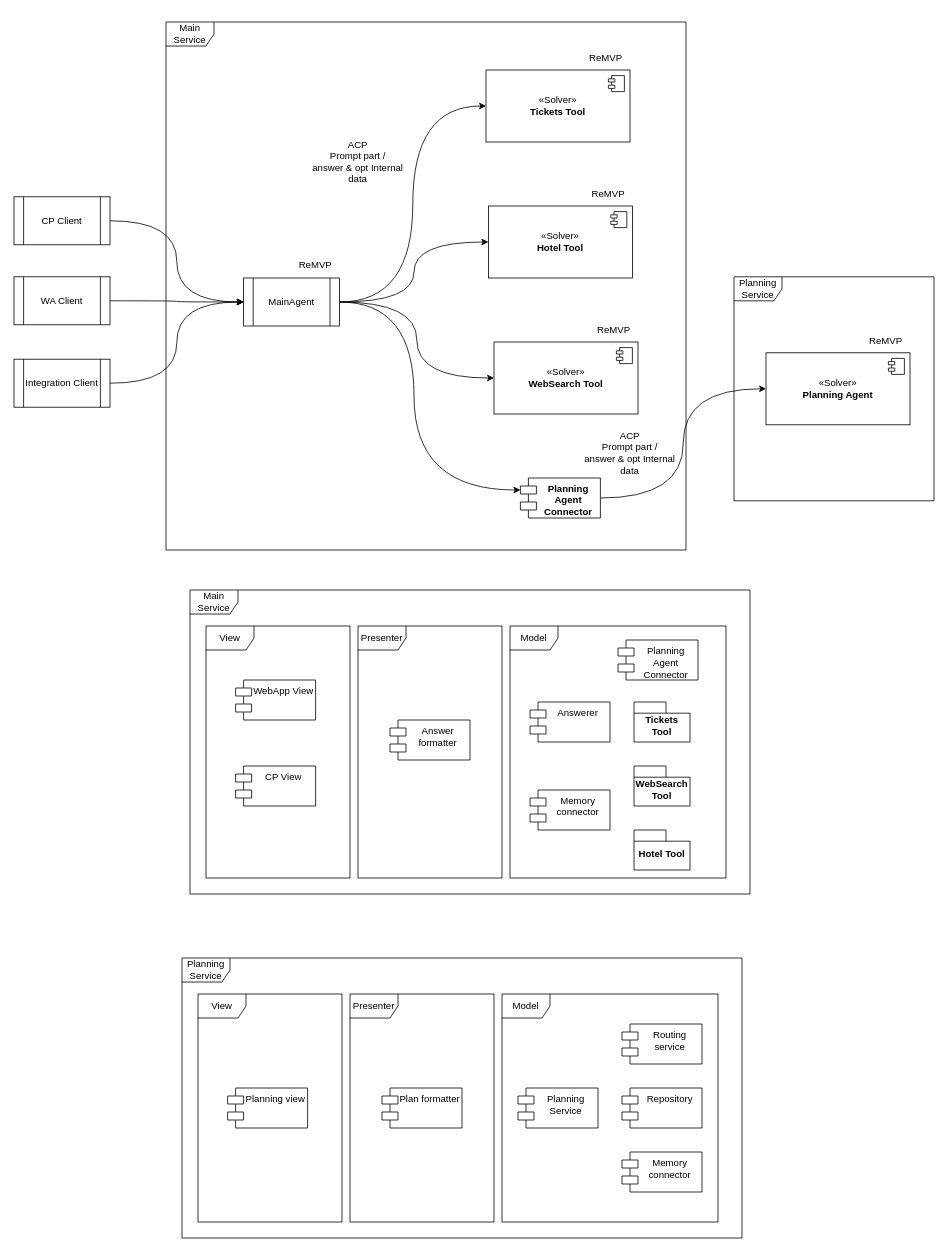
This is content/schemas/ai-architecture.drawio from ch37n1/TheGeneralistHandbook, a draw.io file, before an edit. Source tidied: cells renumbered, new cells numbered last; positions are measured from the earlier drawing's top-left corner, leaving out a move shared by most shapes. Both pictures are drawn from the tidied source at 80%, with x=0, y=0 at pixel (14, 22).
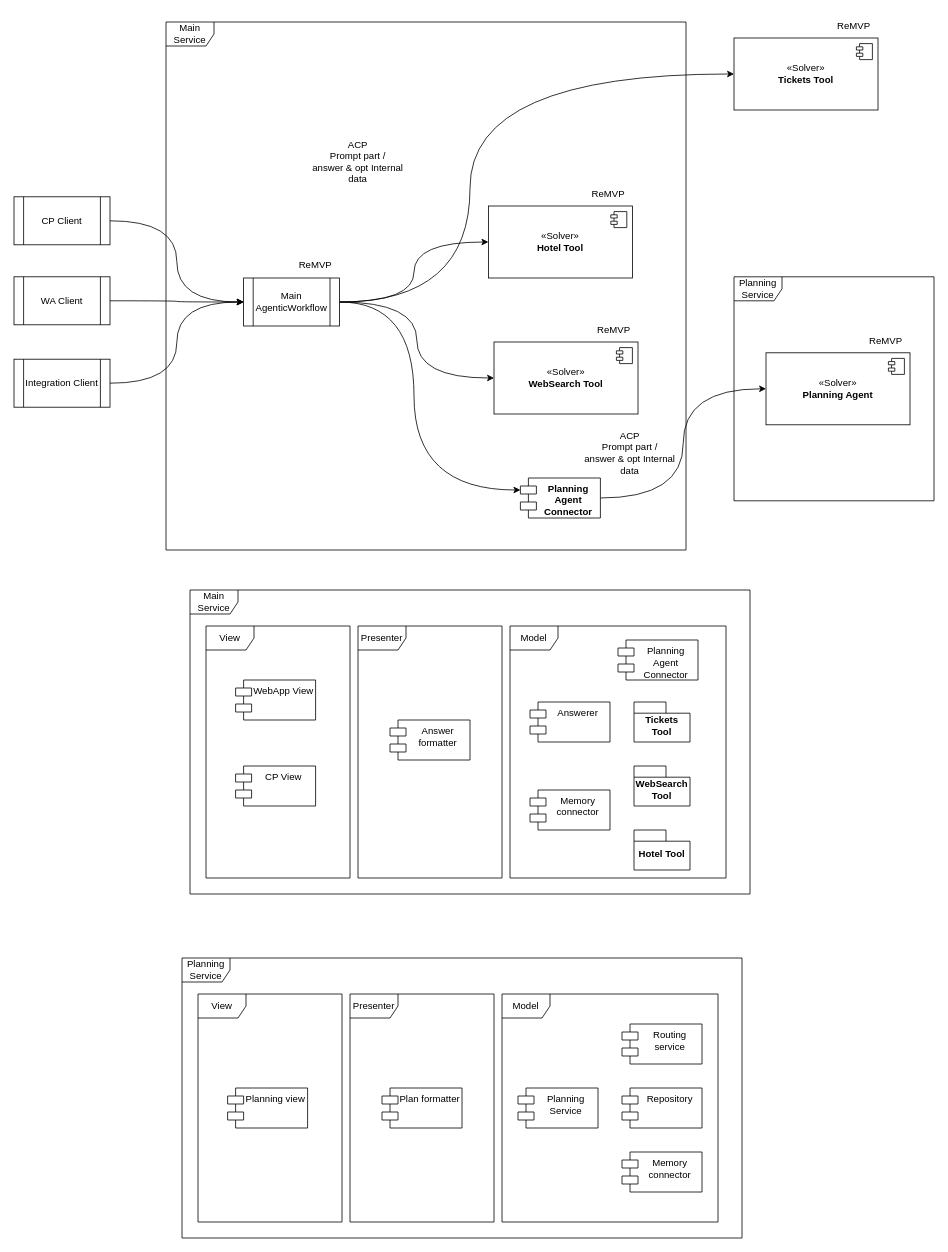
After the change.

Diff of the diagram source:
```diff
@@
     <mxCell id="2" style="edgeStyle=orthogonalEdgeStyle;rounded=0;jettySize=auto;html=1;entryX=0;entryY=0.5;entryDx=0;entryDy=0;curved=1;" parent="1" edge="1" source="5" target="21">
-      <mxGeometry relative="1" as="geometry" />
+      <mxGeometry relative="1" as="geometry">
+        <Array as="points">
+          <mxPoint x="570" y="350" />
+          <mxPoint x="570" y="65" />
+        </Array>
+      </mxGeometry>
     </mxCell>
@@
-    <mxCell id="5" value="MainAgent" style="shape=process;whiteSpace=wrap;html=1;backgroundOutline=1;" parent="1" vertex="1">
+    <mxCell id="5" value="Main&lt;div&gt;AgenticWorkflow&lt;/div&gt;" style="shape=process;whiteSpace=wrap;html=1;backgroundOutline=1;" parent="1" vertex="1">
       <mxGeometry x="287" y="320" width="120" height="60" as="geometry" />
     </mxCell>
@@
     <mxCell id="14" value="ReMVP" style="text;html=1;align=center;verticalAlign=middle;whiteSpace=wrap;rounded=0;" parent="1" vertex="1">
-      <mxGeometry x="710" y="30" width="60" height="30" as="geometry" />
+      <mxGeometry x="1020" y="-10" width="60" height="30" as="geometry" />
     </mxCell>
@@
     <mxCell id="21" value="«Solver»&lt;br&gt;&lt;b&gt;Tickets Tool&lt;/b&gt;" style="html=1;whiteSpace=wrap;" parent="1" vertex="1">
-      <mxGeometry x="590" y="60" width="180" height="90" as="geometry" />
+      <mxGeometry x="900" y="20" width="180" height="90" as="geometry" />
     </mxCell>
```
